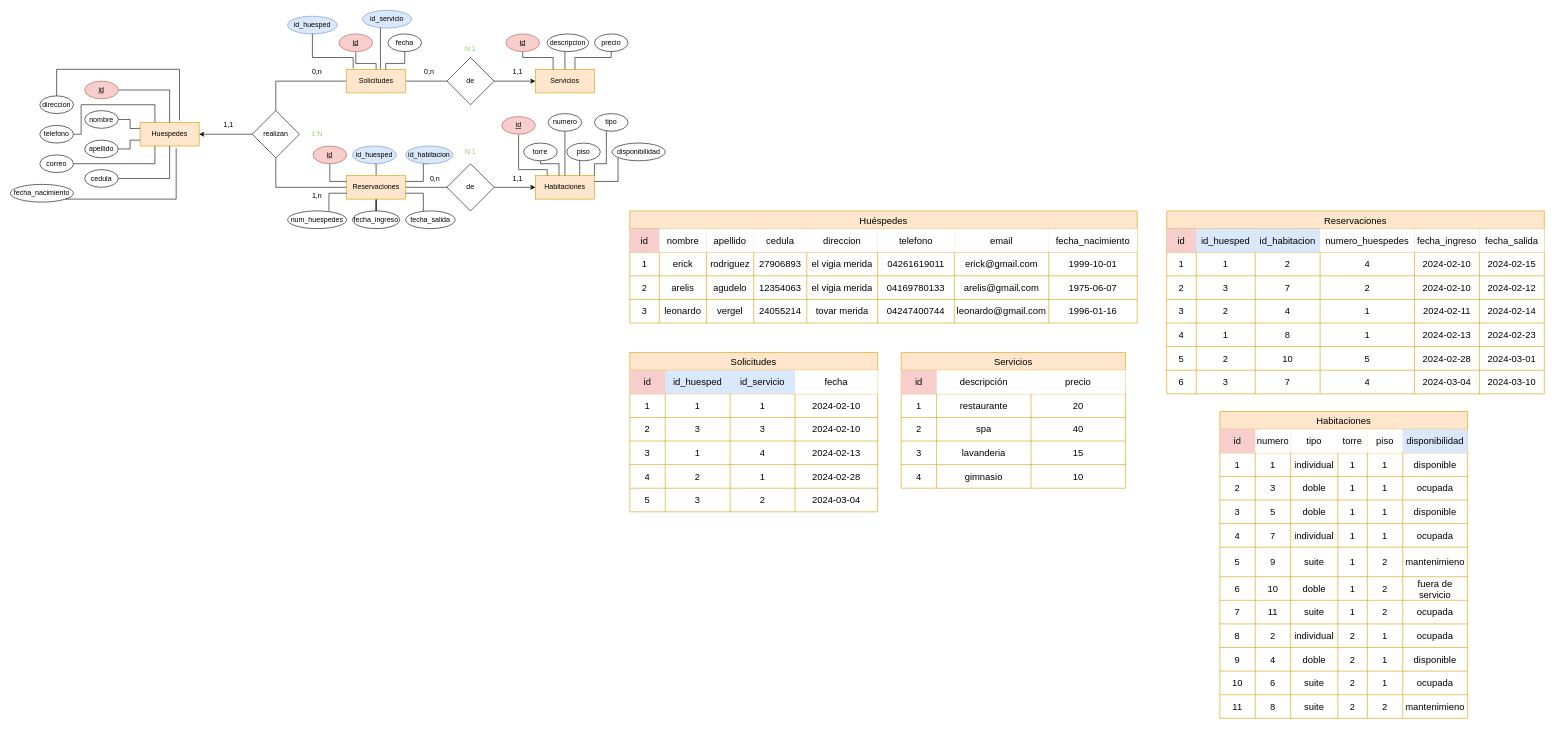
Before: hotel.drawio in AlbanyNVRodriguez/draw---diagrams, a draw.io diagram. Source tidied: cells renumbered, new cells numbered last; positions are measured from the earlier drawing's top-left corner, leaving out a move shared by most shapes. Both pictures are drawn from the tidied source at 59%, with x=0, y=0 at pixel (10, 10).
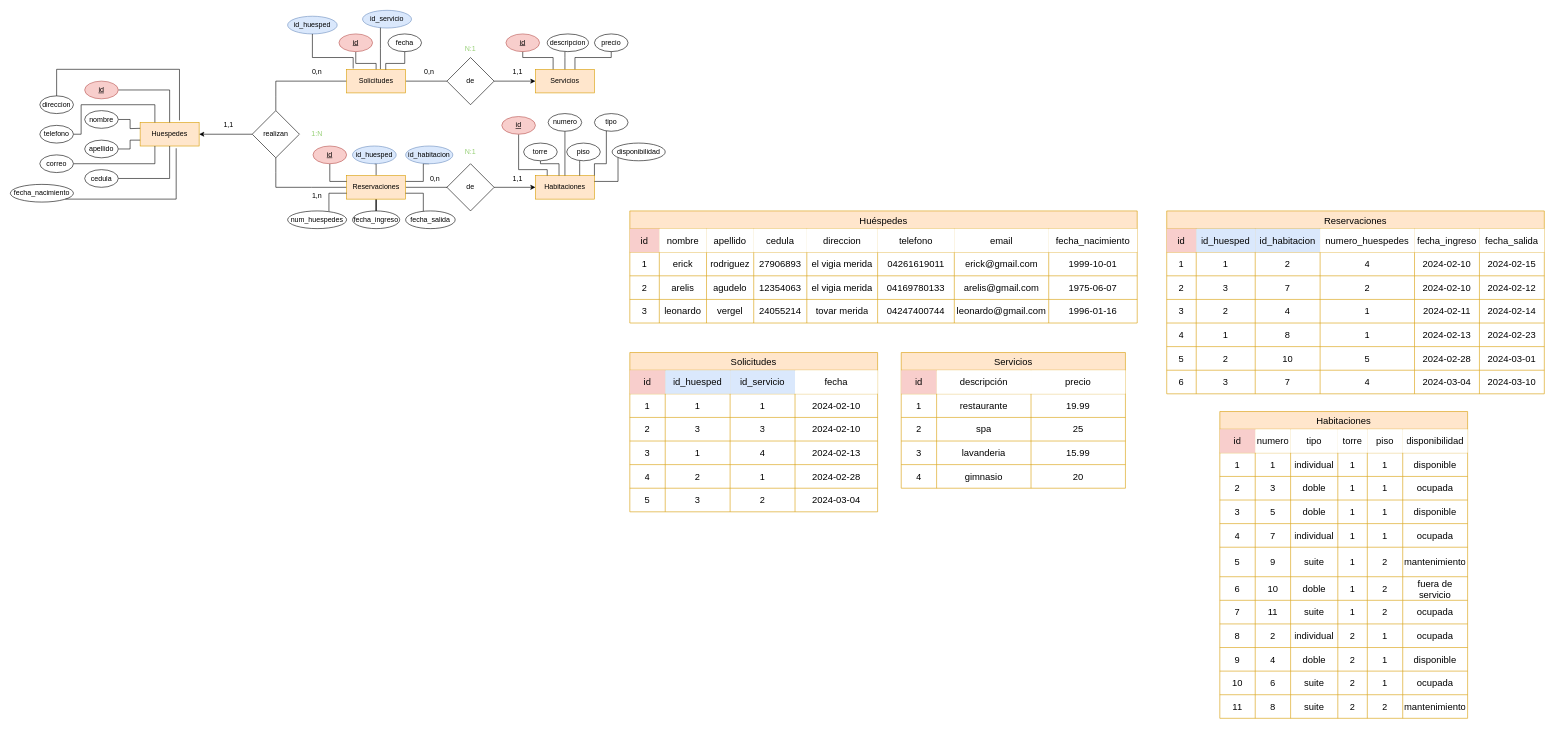
The same diagram, later.

The change refers to these unchanged cells:
```xml
<mxCell id="50" style="shape=tableRow;horizontal=0;startSize=0;swimlaneHead=0;swimlaneBody=0;strokeColor=inherit;top=0;left=0;bottom=0;right=0;fillColor=none;fontSize=16;" parent="49" vertex="1">
  <mxGeometry y="30" width="420" height="40" as="geometry" />
</mxCell>
<mxCell id="85" style="shape=tableRow;horizontal=0;startSize=0;swimlaneHead=0;swimlaneBody=0;strokeColor=inherit;top=0;left=0;bottom=0;right=0;fillColor=none;fontSize=16;" parent="49" vertex="1">
  <mxGeometry y="230" width="420" height="50" as="geometry" />
</mxCell>
<mxCell id="127" style="shape=tableRow;horizontal=0;startSize=0;swimlaneHead=0;swimlaneBody=0;strokeColor=inherit;top=0;left=0;bottom=0;right=0;fillColor=none;fontSize=16;" parent="49" vertex="1">
  <mxGeometry y="480" width="420" height="40" as="geometry" />
</mxCell>
<mxCell id="189" style="shape=tableRow;horizontal=0;startSize=0;swimlaneHead=0;swimlaneBody=0;strokeColor=inherit;top=0;left=0;bottom=0;right=0;fillColor=none;fontSize=16;" parent="184" vertex="1">
  <mxGeometry y="70" width="380" height="40" as="geometry" />
</mxCell>
<mxCell id="193" style="shape=tableRow;horizontal=0;startSize=0;swimlaneHead=0;swimlaneBody=0;strokeColor=inherit;top=0;left=0;bottom=0;right=0;fillColor=none;fontSize=16;" parent="184" vertex="1">
  <mxGeometry y="110" width="380" height="40" as="geometry" />
</mxCell>
<mxCell id="197" style="shape=tableRow;horizontal=0;startSize=0;swimlaneHead=0;swimlaneBody=0;strokeColor=inherit;top=0;left=0;bottom=0;right=0;fillColor=none;fontSize=16;" parent="184" vertex="1">
  <mxGeometry y="150" width="380" height="40" as="geometry" />
</mxCell>
<mxCell id="201" style="shape=tableRow;horizontal=0;startSize=0;swimlaneHead=0;swimlaneBody=0;strokeColor=inherit;top=0;left=0;bottom=0;right=0;fillColor=none;fontSize=16;" parent="184" vertex="1">
  <mxGeometry y="190" width="380" height="40" as="geometry" />
</mxCell>
```

The edit, as a diff of the source:
```diff
@@
-    <mxCell id="56" value="disponibilidad" style="shape=partialRectangle;html=1;whiteSpace=wrap;strokeColor=#6c8ebf;overflow=hidden;fillColor=#dae8fc;top=0;left=0;bottom=0;right=0;fontSize=16;" parent="50" vertex="1">
+    <mxCell id="56" value="disponibilidad" style="shape=partialRectangle;html=1;whiteSpace=wrap;overflow=hidden;top=0;left=0;bottom=0;right=0;fontSize=16;" parent="50" vertex="1">
       <mxGeometry x="310" width="110" height="40" as="geometry" />
     </mxCell>
@@
-    <mxCell id="91" value="mantenimieno" style="shape=partialRectangle;html=1;whiteSpace=wrap;strokeColor=inherit;overflow=hidden;fillColor=none;top=0;left=0;bottom=0;right=0;fontSize=16;" parent="85" vertex="1">
+    <mxCell id="91" value="mantenimiento" style="shape=partialRectangle;html=1;whiteSpace=wrap;strokeColor=inherit;overflow=hidden;fillColor=none;top=0;left=0;bottom=0;right=0;fontSize=16;" parent="85" vertex="1">
       <mxGeometry x="310" width="110" height="50" as="geometry" />
     </mxCell>
@@
-    <mxCell id="133" value="mantenimieno" style="shape=partialRectangle;html=1;whiteSpace=wrap;strokeColor=inherit;overflow=hidden;fillColor=none;top=0;left=0;bottom=0;right=0;fontSize=16;" parent="127" vertex="1">
+    <mxCell id="133" value="mantenimiento" style="shape=partialRectangle;html=1;whiteSpace=wrap;strokeColor=inherit;overflow=hidden;fillColor=none;top=0;left=0;bottom=0;right=0;fontSize=16;" parent="127" vertex="1">
       <mxGeometry x="310" width="110" height="40" as="geometry" />
     </mxCell>
@@
-    <mxCell id="192" value="20" style="shape=partialRectangle;html=1;whiteSpace=wrap;strokeColor=inherit;overflow=hidden;fillColor=none;top=0;left=0;bottom=0;right=0;fontSize=16;" parent="189" vertex="1">
+    <mxCell id="192" value="19.99" style="shape=partialRectangle;html=1;whiteSpace=wrap;strokeColor=inherit;overflow=hidden;fillColor=none;top=0;left=0;bottom=0;right=0;fontSize=16;" parent="189" vertex="1">
       <mxGeometry x="220" width="160" height="40" as="geometry" />
     </mxCell>
@@
-    <mxCell id="196" value="40" style="shape=partialRectangle;html=1;whiteSpace=wrap;strokeColor=inherit;overflow=hidden;fillColor=none;top=0;left=0;bottom=0;right=0;fontSize=16;" parent="193" vertex="1">
+    <mxCell id="196" value="25" style="shape=partialRectangle;html=1;whiteSpace=wrap;strokeColor=inherit;overflow=hidden;fillColor=none;top=0;left=0;bottom=0;right=0;fontSize=16;" parent="193" vertex="1">
       <mxGeometry x="220" width="160" height="40" as="geometry" />
     </mxCell>
@@
-    <mxCell id="200" value="15" style="shape=partialRectangle;html=1;whiteSpace=wrap;strokeColor=inherit;overflow=hidden;fillColor=none;top=0;left=0;bottom=0;right=0;fontSize=16;" parent="197" vertex="1">
+    <mxCell id="200" value="15.99" style="shape=partialRectangle;html=1;whiteSpace=wrap;strokeColor=inherit;overflow=hidden;fillColor=none;top=0;left=0;bottom=0;right=0;fontSize=16;" parent="197" vertex="1">
       <mxGeometry x="220" width="160" height="40" as="geometry" />
     </mxCell>
@@
-    <mxCell id="204" value="10" style="shape=partialRectangle;html=1;whiteSpace=wrap;strokeColor=inherit;overflow=hidden;fillColor=none;top=0;left=0;bottom=0;right=0;fontSize=16;" parent="201" vertex="1">
+    <mxCell id="204" value="20" style="shape=partialRectangle;html=1;whiteSpace=wrap;strokeColor=inherit;overflow=hidden;fillColor=none;top=0;left=0;bottom=0;right=0;fontSize=16;" parent="201" vertex="1">
       <mxGeometry x="220" width="160" height="40" as="geometry" />
     </mxCell>
```
